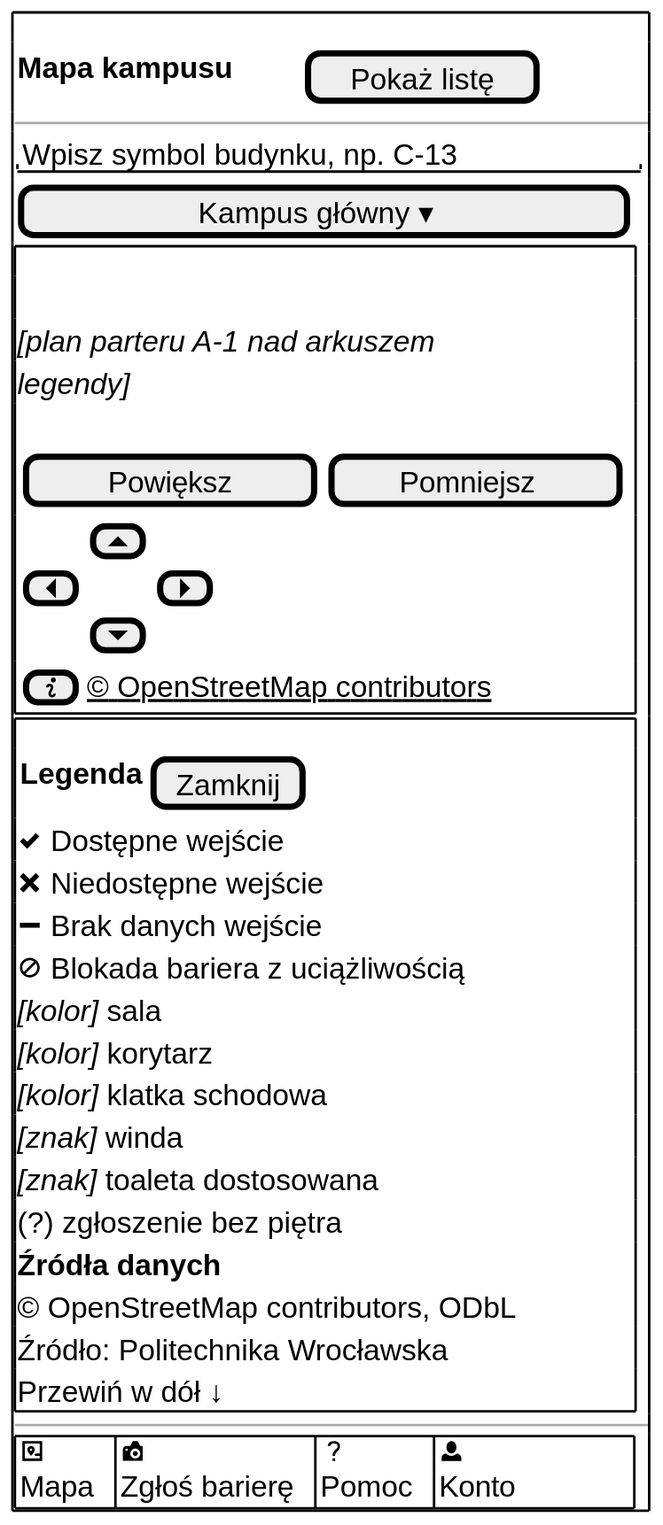
dostepny-kampus/dostepny-kampus keeps this PlantUML diagram as docs/docs/_generated/m-v1-mapa-plan-legenda.svg. Above is the earlier version.
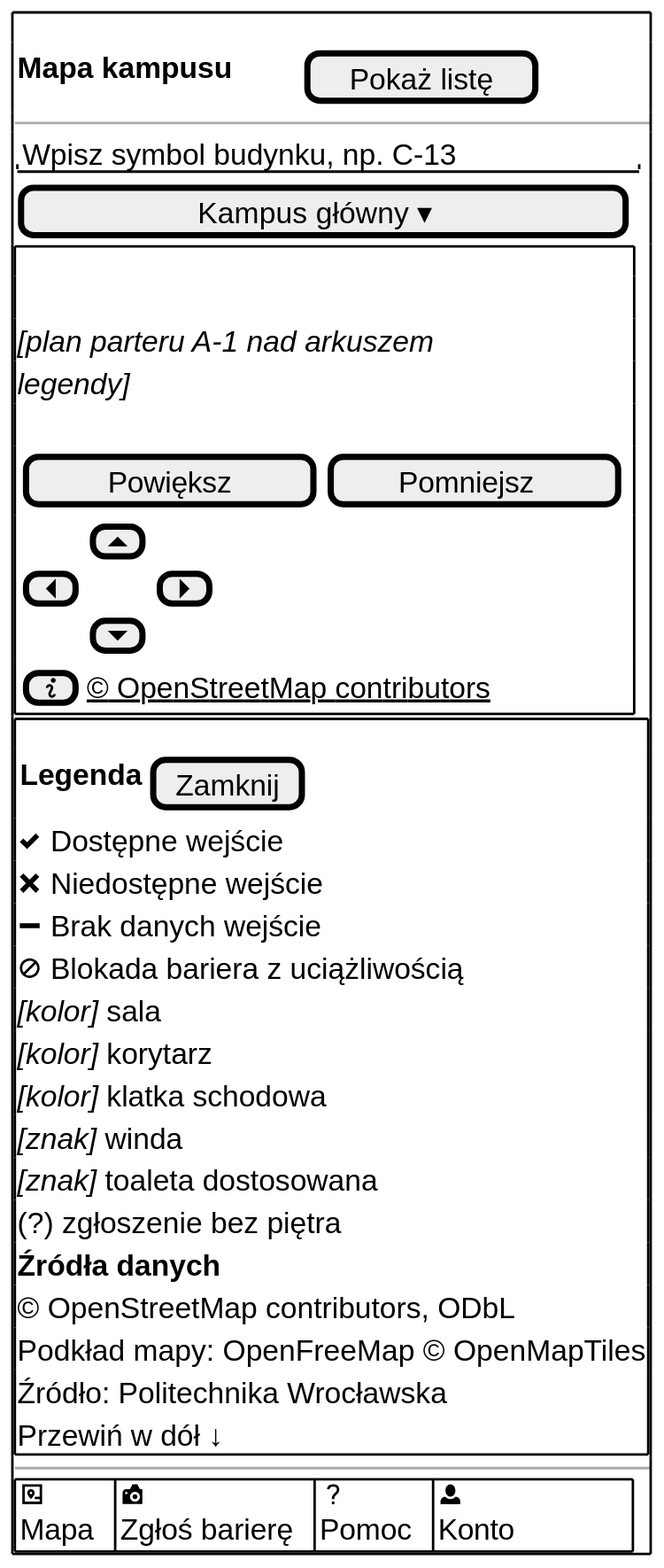
After the change.

Commit message:
feat(mapa): źródło podkładu OpenFreeMap © OpenMapTiles w legendzie (#2756)

What changed in the source:
```diff
@@ -22,6 +22,7 @@
 (?) zgłoszenie bez piętra
 <b>Źródła danych</b>
 © OpenStreetMap contributors, ODbL
+Podkład mapy: OpenFreeMap © OpenMapTiles
 Źródło: Politechnika Wrocławska
 Przewiń w dół ↓
 }
```
